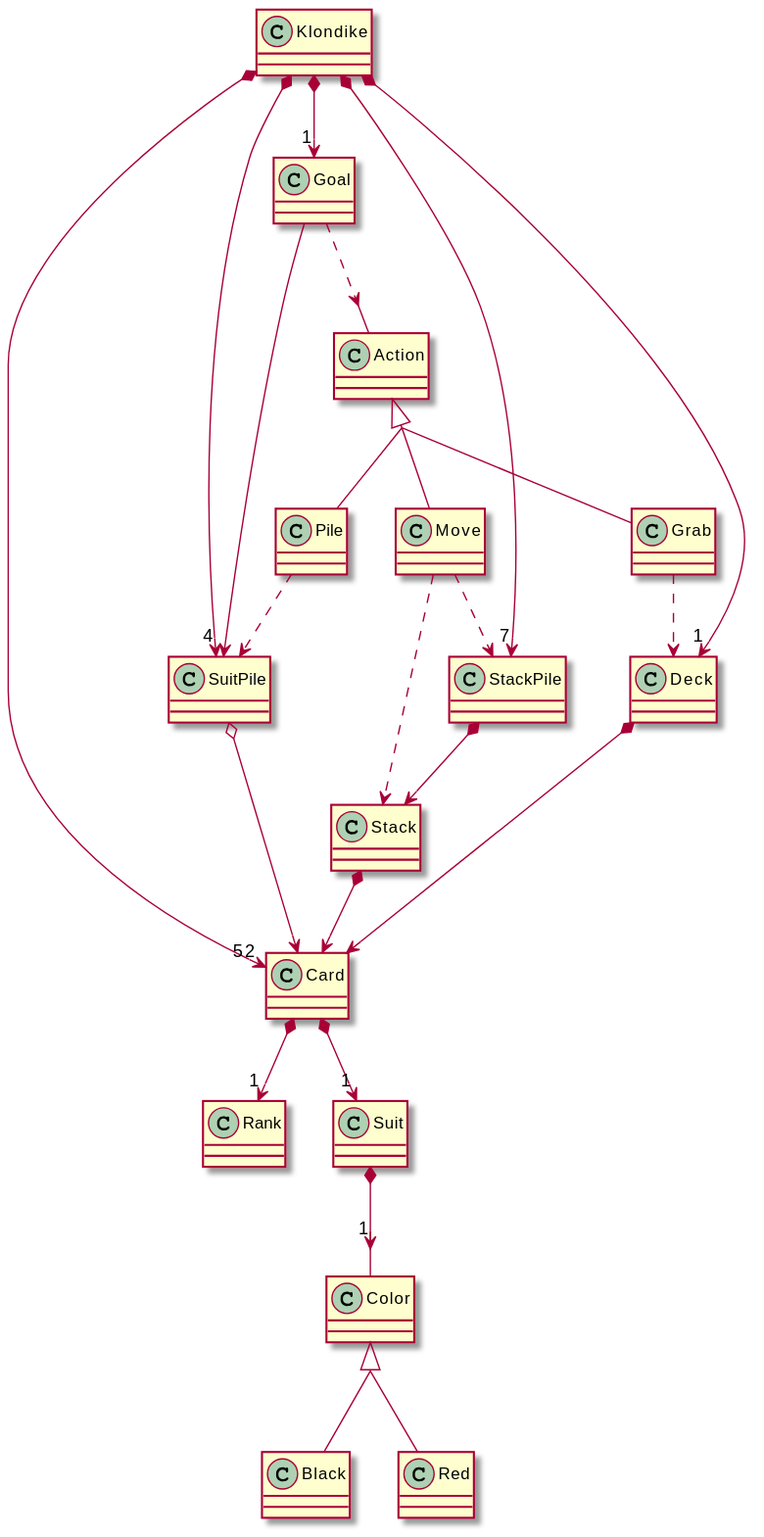
Before: tech-uml/game-klondike/diagrams/out/vocabulary.svg, a diagram exported from PlantUML (USantaTecla-ed-mpds/lab-dijkstra).
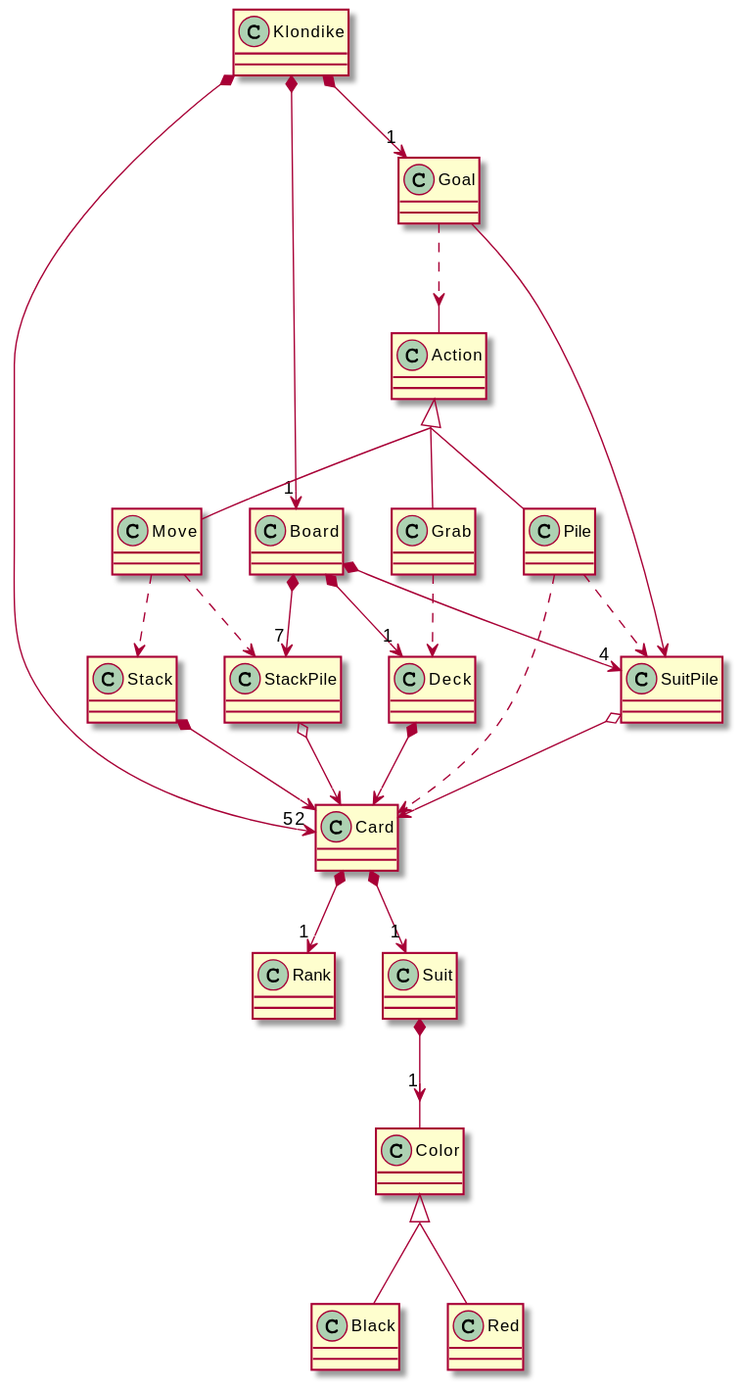
The same diagram one commit later.

Commit message:
🎴 Klondike: Class diagram improvement

The edit, as a diff of the source:
```diff
@@ -1,10 +1,11 @@
 @startuml
 skinparam groupInheritance 2
 Klondike *--> "52" Card
-Klondike *--> "4" SuitPile
-Klondike *--> "7" StackPile
-Klondike *--> "1" Deck
 Klondike *--> "1" Goal
+Klondike *--> "1" Board
+Board *--> "4" SuitPile
+Board *--> "7" StackPile
+Board *--> "1" Deck
 SuitPile o--> Card
 Goal ..> Action
 Goal --> SuitPile
@@ -20,7 +21,8 @@
 Stack *--> Card
 Grab ..> Deck
 Pile ..> SuitPile
+Pile ..> Card
 Move ..> Stack
 Move ..> StackPile
-StackPile *--> Stack
+StackPile o--> Card
 @enduml
```
